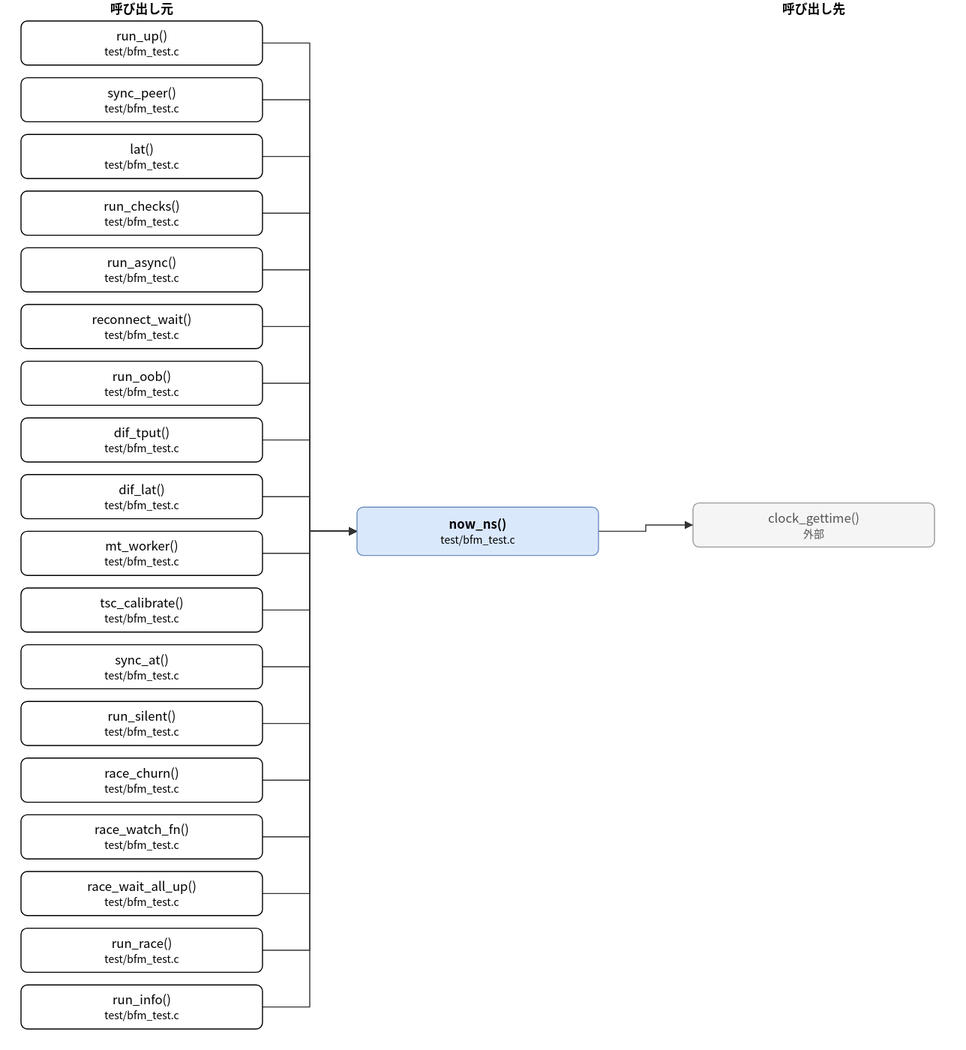
Earlier version of the draw.io export doc/spec/images/call_test_bfm_test-now_ns.drawio.svg (hf355051012-ai/bfmem). Source tidied: cells renumbered, new cells last; positions are measured from the earlier drawing's top-left corner, leaving out a move shared by most shapes.
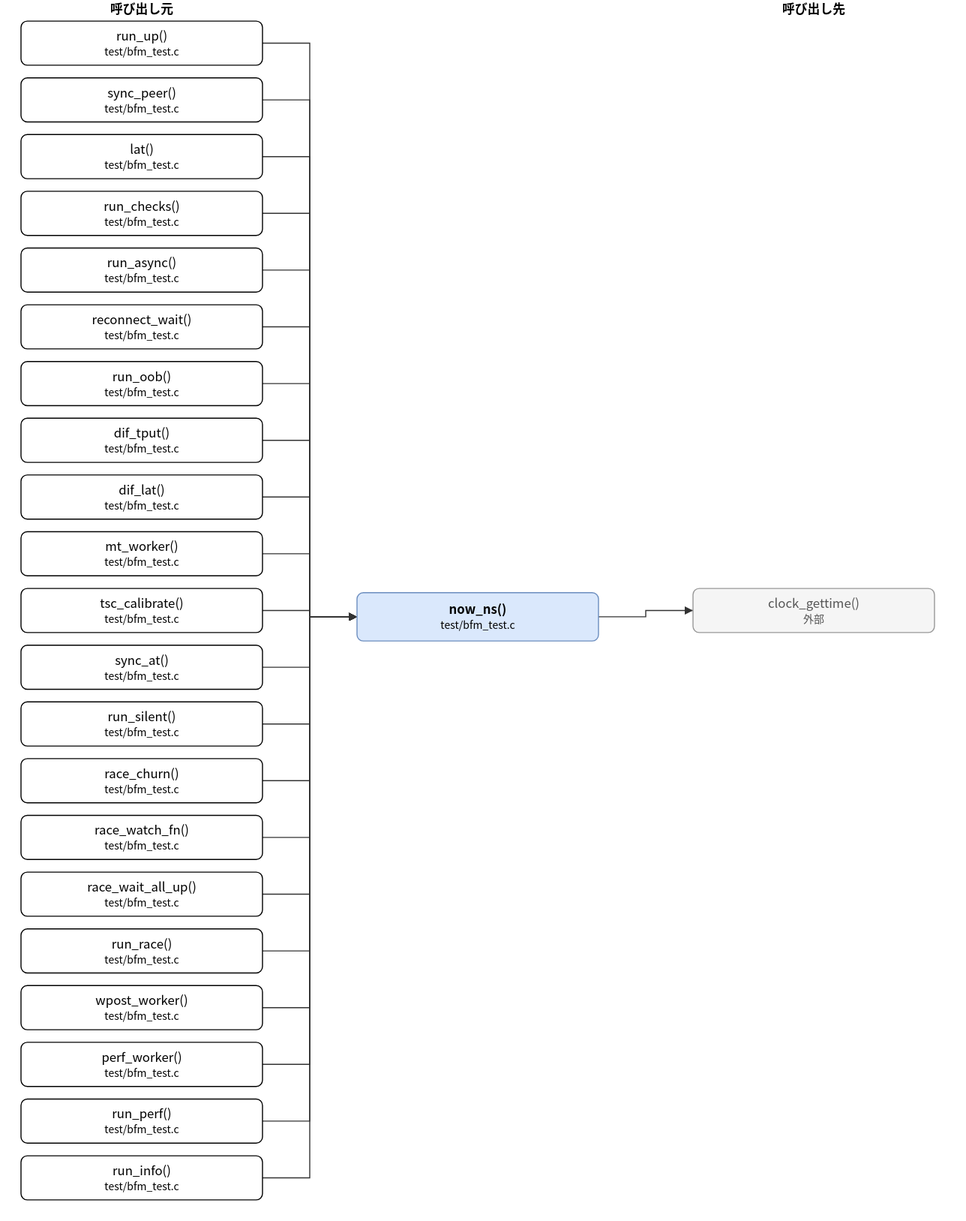
After the change.

The edit, as a diff of the source:
```diff
@@ -3,7 +3,7 @@
     <mxCell id="0" />
     <mxCell id="1" parent="0" />
     <mxCell id="2" value="now_ns()&lt;br&gt;&lt;font style=&quot;font-size:10px&quot;&gt;test/bfm_test.c&lt;/font&gt;" style="rounded=1;whiteSpace=wrap;html=1;fillColor=#dae8fc;strokeColor=#6c8ebf;fontStyle=1;" parent="1" vertex="1">
-      <mxGeometry x="320" y="483" width="230" height="46" as="geometry" />
+      <mxGeometry x="320" y="564" width="230" height="46" as="geometry" />
     </mxCell>
     <mxCell id="3" value="run_up()&lt;br&gt;&lt;font style=&quot;font-size:10px&quot;&gt;test/bfm_test.c&lt;/font&gt;" style="rounded=1;whiteSpace=wrap;html=1;" parent="1" vertex="1">
       <mxGeometry y="20" width="230" height="42" as="geometry" />
@@ -56,17 +56,26 @@
     <mxCell id="19" value="run_race()&lt;br&gt;&lt;font style=&quot;font-size:10px&quot;&gt;test/bfm_test.c&lt;/font&gt;" style="rounded=1;whiteSpace=wrap;html=1;" parent="1" vertex="1">
       <mxGeometry y="884" width="230" height="42" as="geometry" />
     </mxCell>
-    <mxCell id="20" value="run_info()&lt;br&gt;&lt;font style=&quot;font-size:10px&quot;&gt;test/bfm_test.c&lt;/font&gt;" style="rounded=1;whiteSpace=wrap;html=1;" parent="1" vertex="1">
+    <mxCell id="20" value="wpost_worker()&lt;br&gt;&lt;font style=&quot;font-size:10px&quot;&gt;test/bfm_test.c&lt;/font&gt;" style="rounded=1;whiteSpace=wrap;html=1;" parent="1" vertex="1">
       <mxGeometry y="938" width="230" height="42" as="geometry" />
     </mxCell>
+    <mxCell id="43" value="perf_worker()&lt;br&gt;&lt;font style=&quot;font-size:10px&quot;&gt;test/bfm_test.c&lt;/font&gt;" style="rounded=1;whiteSpace=wrap;html=1;" parent="1" vertex="1">
+      <mxGeometry y="992" width="230" height="42" as="geometry" />
+    </mxCell>
+    <mxCell id="44" value="run_perf()&lt;br&gt;&lt;font style=&quot;font-size:10px&quot;&gt;test/bfm_test.c&lt;/font&gt;" style="rounded=1;whiteSpace=wrap;html=1;" parent="1" vertex="1">
+      <mxGeometry y="1046" width="230" height="42" as="geometry" />
+    </mxCell>
+    <mxCell id="45" value="run_info()&lt;br&gt;&lt;font style=&quot;font-size:10px&quot;&gt;test/bfm_test.c&lt;/font&gt;" style="rounded=1;whiteSpace=wrap;html=1;" parent="1" vertex="1">
+      <mxGeometry y="1100" width="230" height="42" as="geometry" />
+    </mxCell>
     <mxCell id="21" value="clock_gettime()&lt;br&gt;&lt;font style=&quot;font-size:10px&quot;&gt;外部&lt;/font&gt;" style="rounded=1;whiteSpace=wrap;html=1;fillColor=#f5f5f5;strokeColor=#999999;fontColor=#555555;" parent="1" vertex="1">
-      <mxGeometry x="640" y="479" width="230" height="42" as="geometry" />
+      <mxGeometry x="640" y="560" width="230" height="42" as="geometry" />
     </mxCell>
     <mxCell id="22" style="edgeStyle=none;html=1;rounded=0;endArrow=block;endFill=1;exitX=1.0000;exitY=0.5000;exitDx=0;exitDy=0;exitPerimeter=0;entryX=0.0000;entryY=0.5000;entryDx=0;entryDy=0;entryPerimeter=0;" parent="1" edge="1" source="3" target="2">
       <mxGeometry relative="1" as="geometry">
         <Array as="points">
           <mxPoint x="275" y="41" />
-          <mxPoint x="275" y="506" />
+          <mxPoint x="275" y="587" />
         </Array>
       </mxGeometry>
     </mxCell>
@@ -74,7 +83,7 @@
       <mxGeometry relative="1" as="geometry">
         <Array as="points">
           <mxPoint x="275" y="95" />
-          <mxPoint x="275" y="506" />
+          <mxPoint x="275" y="587" />
         </Array>
       </mxGeometry>
     </mxCell>
@@ -82,7 +91,7 @@
       <mxGeometry relative="1" as="geometry">
         <Array as="points">
           <mxPoint x="275" y="149" />
-          <mxPoint x="275" y="506" />
+          <mxPoint x="275" y="587" />
         </Array>
       </mxGeometry>
     </mxCell>
@@ -90,7 +99,7 @@
       <mxGeometry relative="1" as="geometry">
         <Array as="points">
           <mxPoint x="275" y="203" />
-          <mxPoint x="275" y="506" />
+          <mxPoint x="275" y="587" />
         </Array>
       </mxGeometry>
     </mxCell>
@@ -98,7 +107,7 @@
       <mxGeometry relative="1" as="geometry">
         <Array as="points">
           <mxPoint x="275" y="257" />
-          <mxPoint x="275" y="506" />
+          <mxPoint x="275" y="587" />
         </Array>
       </mxGeometry>
     </mxCell>
@@ -106,7 +115,7 @@
       <mxGeometry relative="1" as="geometry">
         <Array as="points">
           <mxPoint x="275" y="311" />
-          <mxPoint x="275" y="506" />
+          <mxPoint x="275" y="587" />
         </Array>
       </mxGeometry>
     </mxCell>
@@ -114,7 +123,7 @@
       <mxGeometry relative="1" as="geometry">
         <Array as="points">
           <mxPoint x="275" y="365" />
-          <mxPoint x="275" y="506" />
+          <mxPoint x="275" y="587" />
         </Array>
       </mxGeometry>
     </mxCell>
@@ -122,7 +131,7 @@
       <mxGeometry relative="1" as="geometry">
         <Array as="points">
           <mxPoint x="275" y="419" />
-          <mxPoint x="275" y="506" />
+          <mxPoint x="275" y="587" />
         </Array>
       </mxGeometry>
     </mxCell>
@@ -130,7 +139,7 @@
       <mxGeometry relative="1" as="geometry">
         <Array as="points">
           <mxPoint x="275" y="473" />
-          <mxPoint x="275" y="506" />
+          <mxPoint x="275" y="587" />
         </Array>
       </mxGeometry>
     </mxCell>
@@ -138,7 +147,7 @@
       <mxGeometry relative="1" as="geometry">
         <Array as="points">
           <mxPoint x="275" y="527" />
-          <mxPoint x="275" y="506" />
+          <mxPoint x="275" y="587" />
         </Array>
       </mxGeometry>
     </mxCell>
@@ -146,7 +155,7 @@
       <mxGeometry relative="1" as="geometry">
         <Array as="points">
           <mxPoint x="275" y="581" />
-          <mxPoint x="275" y="506" />
+          <mxPoint x="275" y="587" />
         </Array>
       </mxGeometry>
     </mxCell>
@@ -154,7 +163,7 @@
       <mxGeometry relative="1" as="geometry">
         <Array as="points">
           <mxPoint x="275" y="635" />
-          <mxPoint x="275" y="506" />
+          <mxPoint x="275" y="587" />
         </Array>
       </mxGeometry>
     </mxCell>
@@ -162,7 +171,7 @@
       <mxGeometry relative="1" as="geometry">
         <Array as="points">
           <mxPoint x="275" y="689" />
-          <mxPoint x="275" y="506" />
+          <mxPoint x="275" y="587" />
         </Array>
       </mxGeometry>
     </mxCell>
@@ -170,7 +179,7 @@
       <mxGeometry relative="1" as="geometry">
         <Array as="points">
           <mxPoint x="275" y="743" />
-          <mxPoint x="275" y="506" />
+          <mxPoint x="275" y="587" />
         </Array>
       </mxGeometry>
     </mxCell>
@@ -178,7 +187,7 @@
       <mxGeometry relative="1" as="geometry">
         <Array as="points">
           <mxPoint x="275" y="797" />
-          <mxPoint x="275" y="506" />
+          <mxPoint x="275" y="587" />
         </Array>
       </mxGeometry>
     </mxCell>
@@ -186,7 +195,7 @@
       <mxGeometry relative="1" as="geometry">
         <Array as="points">
           <mxPoint x="275" y="851" />
-          <mxPoint x="275" y="506" />
+          <mxPoint x="275" y="587" />
         </Array>
       </mxGeometry>
     </mxCell>
@@ -194,7 +203,7 @@
       <mxGeometry relative="1" as="geometry">
         <Array as="points">
           <mxPoint x="275" y="905" />
-          <mxPoint x="275" y="506" />
+          <mxPoint x="275" y="587" />
         </Array>
       </mxGeometry>
     </mxCell>
@@ -202,18 +211,42 @@
       <mxGeometry relative="1" as="geometry">
         <Array as="points">
           <mxPoint x="275" y="959" />
-          <mxPoint x="275" y="506" />
+          <mxPoint x="275" y="587" />
         </Array>
       </mxGeometry>
     </mxCell>
-    <mxCell id="40" style="edgeStyle=none;html=1;rounded=0;endArrow=block;endFill=1;exitX=1.0000;exitY=0.5000;exitDx=0;exitDy=0;exitPerimeter=0;entryX=0.0000;entryY=0.5000;entryDx=0;entryDy=0;entryPerimeter=0;" parent="1" edge="1" source="2" target="21">
+    <mxCell id="40" style="edgeStyle=none;html=1;rounded=0;endArrow=block;endFill=1;exitX=1.0000;exitY=0.5000;exitDx=0;exitDy=0;exitPerimeter=0;entryX=0.0000;entryY=0.5000;entryDx=0;entryDy=0;entryPerimeter=0;" parent="1" edge="1" source="43" target="2">
       <mxGeometry relative="1" as="geometry">
         <Array as="points">
-          <mxPoint x="595" y="506" />
-          <mxPoint x="595" y="500" />
+          <mxPoint x="275" y="1013" />
+          <mxPoint x="275" y="587" />
         </Array>
       </mxGeometry>
     </mxCell>
+    <mxCell id="46" style="edgeStyle=none;html=1;rounded=0;endArrow=block;endFill=1;exitX=1.0000;exitY=0.5000;exitDx=0;exitDy=0;exitPerimeter=0;entryX=0.0000;entryY=0.5000;entryDx=0;entryDy=0;entryPerimeter=0;" parent="1" edge="1" source="44" target="2">
+      <mxGeometry relative="1" as="geometry">
+        <Array as="points">
+          <mxPoint x="275" y="1067" />
+          <mxPoint x="275" y="587" />
+        </Array>
+      </mxGeometry>
+    </mxCell>
+    <mxCell id="47" style="edgeStyle=none;html=1;rounded=0;endArrow=block;endFill=1;exitX=1.0000;exitY=0.5000;exitDx=0;exitDy=0;exitPerimeter=0;entryX=0.0000;entryY=0.5000;entryDx=0;entryDy=0;entryPerimeter=0;" parent="1" edge="1" source="45" target="2">
+      <mxGeometry relative="1" as="geometry">
+        <Array as="points">
+          <mxPoint x="275" y="1121" />
+          <mxPoint x="275" y="587" />
+        </Array>
+      </mxGeometry>
+    </mxCell>
+    <mxCell id="48" style="edgeStyle=none;html=1;rounded=0;endArrow=block;endFill=1;exitX=1.0000;exitY=0.5000;exitDx=0;exitDy=0;exitPerimeter=0;entryX=0.0000;entryY=0.5000;entryDx=0;entryDy=0;entryPerimeter=0;" parent="1" edge="1" source="2" target="21">
+      <mxGeometry relative="1" as="geometry">
+        <Array as="points">
+          <mxPoint x="595" y="587" />
+          <mxPoint x="595" y="581" />
+        </Array>
+      </mxGeometry>
+    </mxCell>
     <mxCell id="41" value="呼び出し元" style="text;html=1;align=center;fontStyle=1;" parent="1" vertex="1">
       <mxGeometry x="35" width="160" height="18" as="geometry" />
     </mxCell>
```
